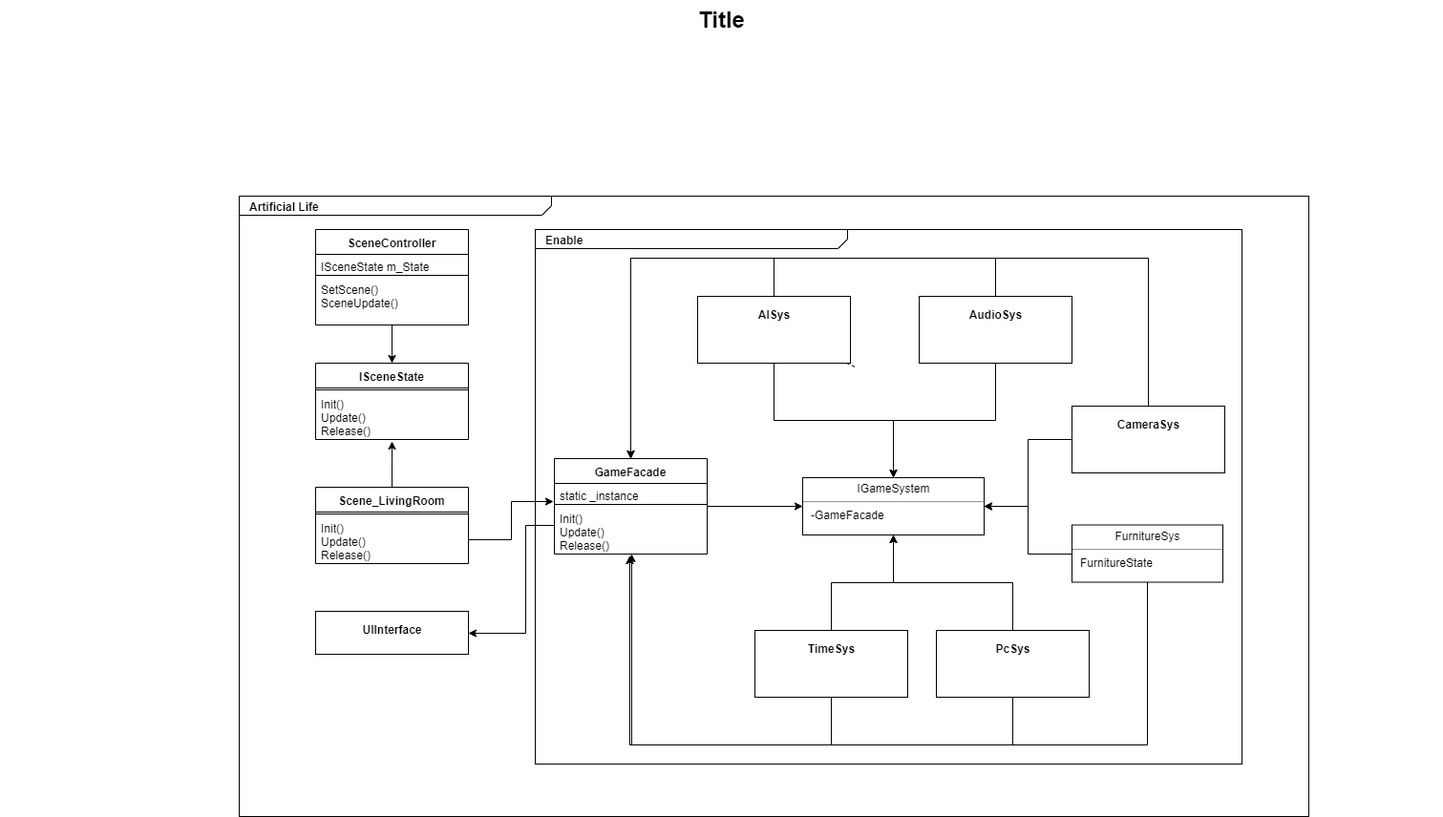
This is Demo_Room_UML.png from iamlivehaha/Artificial-Life, a draw.io export, as it was before one commit. Source tidied: cells renumbered, new cells last; positions are measured from the earlier drawing's top-left corner, leaving out a move shared by most shapes.
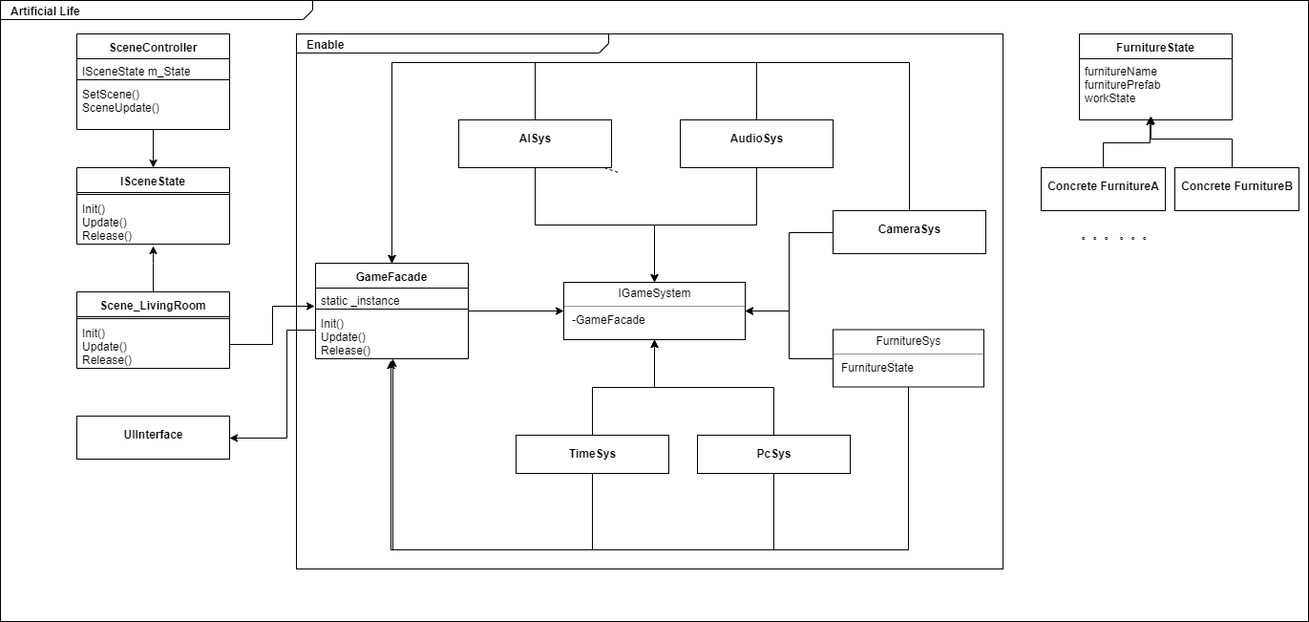
Above is the later version.

The edit, as a diff of the source:
```diff
@@ -2,12 +2,12 @@
   <root>
     <mxCell id="0" style="html=1;" />
     <mxCell id="1" style="html=1;" parent="0" />
+    <mxCell id="3" value="&lt;p style=&quot;margin: 0px ; margin-top: 4px ; margin-left: 10px ; text-align: left&quot;&gt;&lt;b&gt;Artificial Life&lt;/b&gt;&lt;/p&gt;" style="html=1;strokeWidth=1;shape=mxgraph.sysml.package;html=1;overflow=fill;whiteSpace=wrap;fillColor=none;gradientColor=none;fontSize=12;align=center;labelX=327.64;" parent="1" vertex="1">
+      <mxGeometry x="250" y="205" width="1370" height="650" as="geometry" />
+    </mxCell>
     <mxCell id="2" value="&lt;p style=&quot;margin: 0px ; margin-top: 4px ; margin-left: 10px ; text-align: left&quot;&gt;&lt;b style=&quot;line-height: 90%&quot;&gt;Enable&lt;/b&gt;&lt;/p&gt;" style="html=1;strokeWidth=1;shape=mxgraph.sysml.package;html=1;overflow=fill;whiteSpace=wrap;fillColor=none;gradientColor=none;fontSize=12;align=center;labelX=327.64;" parent="1" vertex="1">
       <mxGeometry x="560" y="240" width="740" height="560" as="geometry" />
     </mxCell>
-    <mxCell id="3" value="&lt;p style=&quot;margin: 0px ; margin-top: 4px ; margin-left: 10px ; text-align: left&quot;&gt;&lt;b&gt;Artificial Life&lt;/b&gt;&lt;/p&gt;" style="html=1;strokeWidth=1;shape=mxgraph.sysml.package;html=1;overflow=fill;whiteSpace=wrap;fillColor=none;gradientColor=none;fontSize=12;align=center;labelX=327.64;" parent="1" vertex="1">
-      <mxGeometry x="250" y="205" width="1120" height="650" as="geometry" />
-    </mxCell>
     <mxCell id="4" value="&lt;p&gt;UIInterface&lt;/p&gt;" style="shape=rect;html=1;overflow=fill;whiteSpace=wrap;align=center;fontStyle=1;" parent="1" vertex="1">
       <mxGeometry x="330" y="640" width="160" height="45" as="geometry" />
     </mxCell>
@@ -23,7 +23,7 @@
       <mxGeometry relative="1" as="geometry" />
     </mxCell>
     <mxCell id="7" value="&lt;p&gt;PcSys&lt;/p&gt;" style="shape=rect;html=1;overflow=fill;whiteSpace=wrap;align=center;fontStyle=1;" parent="1" vertex="1">
-      <mxGeometry x="980" y="660" width="160" height="70" as="geometry" />
+      <mxGeometry x="980" y="660" width="160" height="40" as="geometry" />
     </mxCell>
     <mxCell id="8" style="edgeStyle=none;rounded=0;html=1;dashed=1;endArrow=none;endFill=0;jettySize=auto;" parent="1" edge="1" source="11">
       <mxGeometry relative="1" as="geometry">
@@ -42,11 +42,8 @@
       <mxGeometry relative="1" as="geometry" />
     </mxCell>
     <mxCell id="11" value="&lt;p&gt;AISys&lt;/p&gt;" style="shape=rect;html=1;overflow=fill;whiteSpace=wrap;align=center;fontStyle=1;" parent="1" vertex="1">
-      <mxGeometry x="730" y="310" width="160" height="70" as="geometry" />
+      <mxGeometry x="730" y="330" width="160" height="50" as="geometry" />
     </mxCell>
-    <mxCell id="12" value="Title" style="text;strokeColor=none;fillColor=none;html=1;fontSize=24;fontStyle=1;verticalAlign=middle;align=center;" parent="1" vertex="1">
-      <mxGeometry width="1510" height="40" as="geometry" />
-    </mxCell>
     <mxCell id="13" value="&lt;p style=&quot;margin: 0px ; margin-top: 4px ; text-align: center&quot;&gt;IGameSystem&lt;/p&gt;&lt;hr&gt;&lt;p style=&quot;margin: 0px ; margin-left: 8px ; text-align: left&quot;&gt;-GameFacade&lt;/p&gt;" style="shape=rect;html=1;overflow=fill;whiteSpace=wrap;" parent="1" vertex="1">
       <mxGeometry x="840" y="500" width="190" height="60" as="geometry" />
     </mxCell>
@@ -62,7 +59,7 @@
       <mxGeometry relative="1" as="geometry" />
     </mxCell>
     <mxCell id="16" value="&lt;p&gt;AudioSys&lt;/p&gt;" style="shape=rect;html=1;overflow=fill;whiteSpace=wrap;align=center;fontStyle=1;" parent="1" vertex="1">
-      <mxGeometry x="962" y="310" width="160" height="70" as="geometry" />
+      <mxGeometry x="962" y="330" width="160" height="50" as="geometry" />
     </mxCell>
     <mxCell id="17" style="edgeStyle=orthogonalEdgeStyle;rounded=0;jettySize=auto;html=1;entryX=0.5;entryY=0;entryDx=0;entryDy=0;" parent="1" edge="1" source="19" target="28">
       <mxGeometry relative="1" as="geometry">
@@ -76,7 +73,7 @@
       <mxGeometry relative="1" as="geometry" />
     </mxCell>
     <mxCell id="19" value="&lt;p&gt;CameraSys&lt;/p&gt;" style="shape=rect;html=1;overflow=fill;whiteSpace=wrap;align=center;fontStyle=1;" parent="1" vertex="1">
-      <mxGeometry x="1122" y="425" width="160" height="70" as="geometry" />
+      <mxGeometry x="1122" y="425" width="160" height="45" as="geometry" />
     </mxCell>
     <mxCell id="20" style="edgeStyle=orthogonalEdgeStyle;rounded=0;jettySize=auto;html=1;entryX=0.494;entryY=1.038;entryDx=0;entryDy=0;entryPerimeter=0;" parent="1" edge="1" source="22" target="31">
       <mxGeometry relative="1" as="geometry">
@@ -90,7 +87,7 @@
       <mxGeometry relative="1" as="geometry" />
     </mxCell>
     <mxCell id="22" value="&lt;p&gt;TimeSys&lt;/p&gt;" style="shape=rect;html=1;overflow=fill;whiteSpace=wrap;align=center;fontStyle=1;flipH=0;flipV=0;" parent="1" vertex="1">
-      <mxGeometry x="790" y="660" width="160" height="70" as="geometry" />
+      <mxGeometry x="790" y="660" width="160" height="40" as="geometry" />
     </mxCell>
     <mxCell id="23" style="edgeStyle=orthogonalEdgeStyle;rounded=0;jettySize=auto;html=1;entryX=0.506;entryY=1;entryDx=0;entryDy=0;entryPerimeter=0;" parent="1" edge="1" source="25" target="31">
       <mxGeometry relative="1" as="geometry">
@@ -173,5 +170,37 @@
     <mxCell id="44" style="edgeStyle=orthogonalEdgeStyle;rounded=0;jettySize=auto;html=1;entryX=-0.006;entryY=-0.1;entryDx=0;entryDy=0;entryPerimeter=0;" parent="1" edge="1" source="43" target="31">
       <mxGeometry relative="1" as="geometry" />
     </mxCell>
+    <mxCell id="45" value="FurnitureState" style="swimlane;fontStyle=1;align=center;verticalAlign=top;horizontal=1;startSize=26;" parent="1" vertex="1">
+      <mxGeometry x="1380" y="240" width="160" height="90" as="geometry" />
+    </mxCell>
+    <mxCell id="46" value="furnitureName &#10;furniturePrefab&#10;workState &#10;" style="text;strokeColor=none;fillColor=none;align=left;verticalAlign=top;spacingLeft=4;spacingRight=4;overflow=hidden;" parent="45" vertex="1">
+      <mxGeometry y="26" width="160" height="64" as="geometry" />
+    </mxCell>
+    <mxCell id="47" style="edgeStyle=orthogonalEdgeStyle;rounded=0;jettySize=auto;html=1;entryX=0.463;entryY=1.038;entryDx=0;entryDy=0;entryPerimeter=0;" parent="1" edge="1" source="48">
+      <mxGeometry relative="1" as="geometry">
+        <mxPoint x="1454" y="327" as="targetPoint" />
+      </mxGeometry>
+    </mxCell>
+    <mxCell id="48" value="&lt;p&gt;Concrete FurnitureA&lt;/p&gt;" style="shape=rect;html=1;overflow=fill;whiteSpace=wrap;align=center;fontStyle=1;" parent="1" vertex="1">
+      <mxGeometry x="1340" y="380" width="130" height="45" as="geometry" />
+    </mxCell>
+    <mxCell id="49" style="edgeStyle=orthogonalEdgeStyle;rounded=0;jettySize=auto;html=1;entryX=0.469;entryY=1;entryDx=0;entryDy=0;entryPerimeter=0;" parent="1" edge="1" source="50">
+      <mxGeometry relative="1" as="geometry">
+        <mxPoint x="1455" y="326" as="targetPoint" />
+        <Array as="points">
+          <mxPoint x="1540" y="350" />
+          <mxPoint x="1455" y="350" />
+        </Array>
+      </mxGeometry>
+    </mxCell>
+    <mxCell id="50" value="&lt;p&gt;Concrete FurnitureB&lt;br&gt;&lt;/p&gt;" style="shape=rect;html=1;overflow=fill;whiteSpace=wrap;align=center;fontStyle=1;" parent="1" vertex="1">
+      <mxGeometry x="1480" y="380" width="130" height="45" as="geometry" />
+    </mxCell>
+    <mxCell id="51" value="。。。" style="text;html=1;strokeColor=none;fillColor=none;align=center;verticalAlign=middle;whiteSpace=wrap;rounded=0;" parent="1" vertex="1">
+      <mxGeometry x="1380" y="440" width="40" height="20" as="geometry" />
+    </mxCell>
+    <mxCell id="52" value="。。。" style="text;html=1;strokeColor=none;fillColor=none;align=center;verticalAlign=middle;whiteSpace=wrap;rounded=0;" parent="1" vertex="1">
+      <mxGeometry x="1420" y="440" width="40" height="20" as="geometry" />
+    </mxCell>
   </root>
 </mxGraphModel>
```
